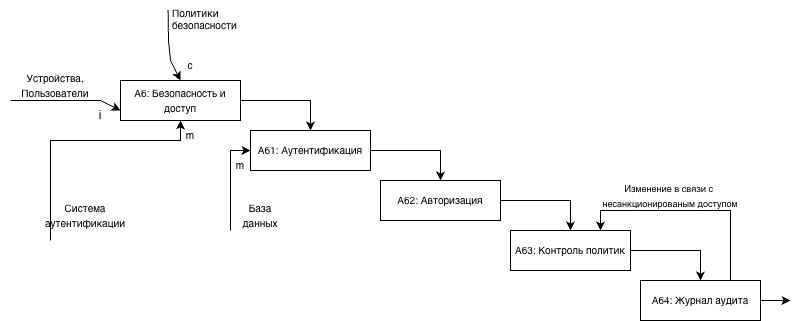
motshexe/3103-PGUTISHKI keeps this draw.io diagram as Диаграммы (3 Лабораторная работа)/Диаграмма первого уровня А6 (3 Лабораторная).png. Above is the earlier version. Source tidied: cells renumbered, new cells last; positions are measured from the earlier drawing's top-left corner, leaving out a move shared by most shapes. Its diagram source:
```xml
<mxGraphModel>
  <root>
    <mxCell id="0" />
    <mxCell id="1" parent="0" />
    <mxCell id="2" style="edgeStyle=orthogonalEdgeStyle;rounded=0;jettySize=auto;html=1;exitX=1;exitY=0.5;exitDx=0;exitDy=0;entryX=0.5;entryY=0;entryDx=0;entryDy=0;" parent="1" edge="1" source="3" target="11">
      <mxGeometry relative="1" as="geometry" />
    </mxCell>
    <mxCell id="3" value="&lt;font style=&quot;font-size: 10px;&quot;&gt;A6: Безопасность и доступ&lt;/font&gt;" style="rounded=0;whiteSpace=wrap;html=1;" parent="1" vertex="1">
      <mxGeometry x="120" y="80" width="120" height="40" as="geometry" />
    </mxCell>
    <mxCell id="4" value="&lt;font style=&quot;font-size: 10px;&quot;&gt;Устройства, Пользователи&lt;/font&gt;" style="text;html=1;whiteSpace=wrap;strokeColor=none;fillColor=none;align=center;verticalAlign=middle;rounded=0;" parent="1" vertex="1">
      <mxGeometry y="70" width="110" height="30" as="geometry" />
    </mxCell>
    <mxCell id="5" style="edgeStyle=none;jettySize=auto;html=1;rounded=0;entryX=0;entryY=0.75;entryDx=0;entryDy=0;" parent="1" edge="1" target="3">
      <mxGeometry relative="1" as="geometry">
        <mxPoint x="10" y="100" as="sourcePoint" />
        <Array as="points">
          <mxPoint x="50" y="100" />
          <mxPoint x="100" y="100" />
        </Array>
      </mxGeometry>
    </mxCell>
    <mxCell id="6" value="i" style="text;html=1;whiteSpace=wrap;strokeColor=none;fillColor=none;align=center;verticalAlign=middle;rounded=0;" parent="1" vertex="1">
      <mxGeometry x="70" y="100" width="60" height="30" as="geometry" />
    </mxCell>
    <mxCell id="7" value="Политики безопасности" style="text;whiteSpace=wrap;fontSize=10;" parent="1" vertex="1">
      <mxGeometry x="170" width="90" height="40" as="geometry" />
    </mxCell>
    <mxCell id="8" style="edgeStyle=none;jettySize=auto;html=1;rounded=0;entryX=0.5;entryY=0;entryDx=0;entryDy=0;exitX=-0.027;exitY=0.235;exitDx=0;exitDy=0;exitPerimeter=0;" parent="1" edge="1" source="7" target="3">
      <mxGeometry relative="1" as="geometry">
        <Array as="points">
          <mxPoint x="168" y="40" />
          <mxPoint x="170" y="60" />
        </Array>
      </mxGeometry>
    </mxCell>
    <mxCell id="9" value="&lt;font style=&quot;font-size: 10px;&quot;&gt;с&lt;/font&gt;" style="text;html=1;whiteSpace=wrap;strokeColor=none;fillColor=none;align=center;verticalAlign=middle;rounded=0;" parent="1" vertex="1">
      <mxGeometry x="160" y="50" width="60" height="30" as="geometry" />
    </mxCell>
    <mxCell id="10" style="edgeStyle=orthogonalEdgeStyle;rounded=0;jettySize=auto;html=1;exitX=1;exitY=0.5;exitDx=0;exitDy=0;entryX=0.5;entryY=0;entryDx=0;entryDy=0;" parent="1" edge="1" source="11" target="13">
      <mxGeometry relative="1" as="geometry" />
    </mxCell>
    <mxCell id="11" value="&lt;font style=&quot;font-size: 10px;&quot;&gt;A61: Аутентификация&lt;/font&gt;" style="rounded=0;whiteSpace=wrap;html=1;" parent="1" vertex="1">
      <mxGeometry x="250" y="130" width="120" height="40" as="geometry" />
    </mxCell>
    <mxCell id="12" style="edgeStyle=orthogonalEdgeStyle;rounded=0;jettySize=auto;html=1;exitX=1;exitY=0.5;exitDx=0;exitDy=0;entryX=0.5;entryY=0;entryDx=0;entryDy=0;" parent="1" edge="1" source="13" target="15">
      <mxGeometry relative="1" as="geometry" />
    </mxCell>
    <mxCell id="13" value="&lt;font style=&quot;font-size: 10px;&quot;&gt;A62: Авторизация&lt;/font&gt;" style="rounded=0;whiteSpace=wrap;html=1;" parent="1" vertex="1">
      <mxGeometry x="380" y="180" width="120" height="40" as="geometry" />
    </mxCell>
    <mxCell id="14" style="edgeStyle=orthogonalEdgeStyle;rounded=0;jettySize=auto;html=1;exitX=1;exitY=0.5;exitDx=0;exitDy=0;entryX=0.5;entryY=0;entryDx=0;entryDy=0;" parent="1" edge="1" source="15" target="18">
      <mxGeometry relative="1" as="geometry" />
    </mxCell>
    <mxCell id="15" value="&lt;font style=&quot;font-size: 10px;&quot;&gt;A63: Контроль политик&lt;/font&gt;&lt;span style=&quot;color: rgba(0, 0, 0, 0); font-family: monospace; font-size: 0px; text-align: start; text-wrap-mode: nowrap;&quot;&gt;%3CmxGraphModel%3E%3Croot%3E%3CmxCell%20id%3D%220%22%2F%3E%3CmxCell%20id%3D%221%22%20parent%3D%220%22%2F%3E%3CmxCell%20id%3D%222%22%20value%3D%22%26lt%3Bfont%20style%3D%26quot%3Bfont-size%3A%2010px%3B%26quot%3B%26gt%3BA12%3A%20%D0%92%D1%8B%D0%BF%D0%BE%D0%BB%D0%BD%D0%B5%D0%BD%D0%B8%D0%B5%20%D0%BA%D0%BE%D0%BC%D0%B0%D0%BD%D0%B4%26lt%3B%2Ffont%26gt%3B%22%20style%3D%22rounded%3D0%3BwhiteSpace%3Dwrap%3Bhtml%3D1%3B%22%20vertex%3D%221%22%20parent%3D%221%22%3E%3CmxGeometry%20x%3D%22380%22%20y%3D%22180%22%20width%3D%22120%22%20height%3D%2240%22%20as%3D%22geometry%22%2F%3E%3C%2FmxCell%3E%3C%2Froot%3E%3C%2FmxGraphModel%3E&lt;/span&gt;" style="rounded=0;whiteSpace=wrap;html=1;" parent="1" vertex="1">
      <mxGeometry x="510" y="230" width="120" height="40" as="geometry" />
    </mxCell>
    <mxCell id="16" style="edgeStyle=orthogonalEdgeStyle;rounded=0;jettySize=auto;html=1;exitX=1;exitY=0.5;exitDx=0;exitDy=0;" parent="1" edge="1" source="18">
      <mxGeometry relative="1" as="geometry">
        <mxPoint x="790" y="300.2" as="targetPoint" />
      </mxGeometry>
    </mxCell>
    <mxCell id="17" style="edgeStyle=orthogonalEdgeStyle;rounded=0;jettySize=auto;html=1;exitX=0.75;exitY=0;exitDx=0;exitDy=0;entryX=0.75;entryY=0;entryDx=0;entryDy=0;" parent="1" edge="1" source="18" target="15">
      <mxGeometry relative="1" as="geometry" />
    </mxCell>
    <mxCell id="18" value="&lt;font style=&quot;font-size: 10px;&quot;&gt;A64: Журнал аудита&lt;/font&gt;&lt;span style=&quot;color: rgba(0, 0, 0, 0); font-family: monospace; font-size: 0px; text-align: start; text-wrap-mode: nowrap;&quot;&gt;%3CmxGraphModel%3E%3Croot%3E%3CmxCell%20id%3D%220%22%2F%3E%3CmxCell%20id%3D%221%22%20parent%3D%220%22%2F%3E%3CmxCell%20id%3D%222%22%20value%3D%22%26lt%3Bfont%20style%3D%26quot%3Bfont-size%3A%2010px%3B%26quot%3B%26gt%3BA12%3A%20%D0%92%D1%8B%D0%BF%D0%BE%D0%BB%D0%BD%D0%B5%D0%BD%D0%B8%D0%B5%20%D0%BA%D0%BE%D0%BC%D0%B0%D0%BD%D0%B4%26lt%3B%2Ffont%26gt%3B%22%20style%3D%22rounded%3D0%3BwhiteSpace%3Dwrap%3Bhtml%3D1%3B%22%20vertex%3D%221%22%20parent%3D%221%22%3E%3CmxGeometry%20x%3D%22380%22%20y%3D%22180%22%20width%3D%22120%22%20height%3D%2240%22%20as%3D%22geometry%22%2F%3E%3C%2FmxCell%3E%3C%2Froot%3E%3C%2FmxGraphModel%3E&lt;/span&gt;" style="rounded=0;whiteSpace=wrap;html=1;" parent="1" vertex="1">
      <mxGeometry x="640" y="280" width="120" height="40" as="geometry" />
    </mxCell>
    <mxCell id="19" value="&lt;font style=&quot;font-size: 10px;&quot;&gt;Система аутентификации&lt;/font&gt;" style="text;html=1;whiteSpace=wrap;strokeColor=none;fillColor=none;align=center;verticalAlign=middle;rounded=0;" parent="1" vertex="1">
      <mxGeometry x="50" y="200" width="70" height="30" as="geometry" />
    </mxCell>
    <mxCell id="20" style="edgeStyle=none;jettySize=auto;html=1;rounded=0;entryX=0.5;entryY=1;entryDx=0;entryDy=0;" parent="1" edge="1" target="3">
      <mxGeometry relative="1" as="geometry">
        <mxPoint x="50" y="240" as="sourcePoint" />
        <Array as="points">
          <mxPoint x="50" y="240" />
          <mxPoint x="50" y="140" />
          <mxPoint x="180" y="140" />
        </Array>
      </mxGeometry>
    </mxCell>
    <mxCell id="21" value="&lt;span style=&quot;font-size: 10px;&quot;&gt;m&lt;/span&gt;" style="text;html=1;whiteSpace=wrap;strokeColor=none;fillColor=none;align=center;verticalAlign=middle;rounded=0;" parent="1" vertex="1">
      <mxGeometry x="160" y="120" width="60" height="30" as="geometry" />
    </mxCell>
    <mxCell id="22" value="&lt;font style=&quot;font-size: 10px;&quot;&gt;База данных&lt;/font&gt;" style="text;html=1;whiteSpace=wrap;strokeColor=none;fillColor=none;align=center;verticalAlign=middle;rounded=0;" parent="1" vertex="1">
      <mxGeometry x="230" y="200" width="60" height="30" as="geometry" />
    </mxCell>
    <mxCell id="23" style="edgeStyle=none;orthogonalLoop=1;jettySize=auto;html=1;rounded=0;entryX=0;entryY=0.5;entryDx=0;entryDy=0;" parent="1" edge="1">
      <mxGeometry relative="1" as="geometry">
        <mxPoint x="230" y="230" as="sourcePoint" />
        <mxPoint x="250" y="150" as="targetPoint" />
        <Array as="points">
          <mxPoint x="230" y="150" />
        </Array>
      </mxGeometry>
    </mxCell>
    <mxCell id="24" value="&lt;span style=&quot;font-size: 10px;&quot;&gt;m&lt;/span&gt;" style="text;html=1;whiteSpace=wrap;strokeColor=none;fillColor=none;align=center;verticalAlign=middle;rounded=0;" parent="1" vertex="1">
      <mxGeometry x="210" y="150" width="60" height="30" as="geometry" />
    </mxCell>
    <mxCell id="25" value="&lt;span style=&quot;font-size: 9px; text-wrap-mode: nowrap; background-color: rgb(255, 255, 255);&quot;&gt;Изменение в связи с&amp;nbsp;&lt;/span&gt;&lt;div&gt;&lt;span style=&quot;font-size: 9px; text-wrap-mode: nowrap; background-color: rgb(255, 255, 255);&quot;&gt;несанкционированым доступом&lt;/span&gt;&lt;/div&gt;" style="text;html=1;whiteSpace=wrap;strokeColor=none;fillColor=none;align=center;verticalAlign=middle;rounded=0;" parent="1" vertex="1">
      <mxGeometry x="640" y="180" width="60" height="30" as="geometry" />
    </mxCell>
  </root>
</mxGraphModel>
```
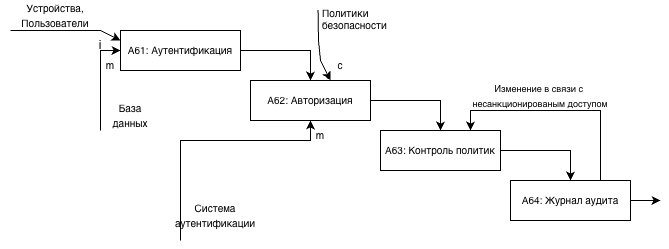
After the commit.

The edit, as a diff of the source:
```diff
@@ -2,40 +2,36 @@
   <root>
     <mxCell id="0" />
     <mxCell id="1" parent="0" />
-    <mxCell id="2" style="edgeStyle=orthogonalEdgeStyle;rounded=0;jettySize=auto;html=1;exitX=1;exitY=0.5;exitDx=0;exitDy=0;entryX=0.5;entryY=0;entryDx=0;entryDy=0;" parent="1" edge="1" source="3" target="11">
-      <mxGeometry relative="1" as="geometry" />
-    </mxCell>
-    <mxCell id="3" value="&lt;font style=&quot;font-size: 10px;&quot;&gt;A6: Безопасность и доступ&lt;/font&gt;" style="rounded=0;whiteSpace=wrap;html=1;" parent="1" vertex="1">
-      <mxGeometry x="120" y="80" width="120" height="40" as="geometry" />
-    </mxCell>
     <mxCell id="4" value="&lt;font style=&quot;font-size: 10px;&quot;&gt;Устройства, Пользователи&lt;/font&gt;" style="text;html=1;whiteSpace=wrap;strokeColor=none;fillColor=none;align=center;verticalAlign=middle;rounded=0;" parent="1" vertex="1">
-      <mxGeometry y="70" width="110" height="30" as="geometry" />
+      <mxGeometry x="130" y="100" width="110" height="30" as="geometry" />
     </mxCell>
-    <mxCell id="5" style="edgeStyle=none;jettySize=auto;html=1;rounded=0;entryX=0;entryY=0.75;entryDx=0;entryDy=0;" parent="1" edge="1" target="3">
+    <mxCell id="5" style="edgeStyle=none;orthogonalLoop=1;jettySize=auto;html=1;rounded=0;entryX=0;entryY=0.75;entryDx=0;entryDy=0;" parent="1" edge="1">
       <mxGeometry relative="1" as="geometry">
-        <mxPoint x="10" y="100" as="sourcePoint" />
+        <mxPoint x="140" y="130" as="sourcePoint" />
+        <mxPoint x="250" y="140" as="targetPoint" />
         <Array as="points">
-          <mxPoint x="50" y="100" />
-          <mxPoint x="100" y="100" />
+          <mxPoint x="180" y="130" />
+          <mxPoint x="230" y="130" />
         </Array>
       </mxGeometry>
     </mxCell>
     <mxCell id="6" value="i" style="text;html=1;whiteSpace=wrap;strokeColor=none;fillColor=none;align=center;verticalAlign=middle;rounded=0;" parent="1" vertex="1">
-      <mxGeometry x="70" y="100" width="60" height="30" as="geometry" />
+      <mxGeometry x="200" y="130" width="60" height="30" as="geometry" />
     </mxCell>
     <mxCell id="7" value="Политики безопасности" style="text;whiteSpace=wrap;fontSize=10;" parent="1" vertex="1">
-      <mxGeometry x="170" width="90" height="40" as="geometry" />
+      <mxGeometry x="450" y="100" width="90" height="40" as="geometry" />
     </mxCell>
-    <mxCell id="8" style="edgeStyle=none;jettySize=auto;html=1;rounded=0;entryX=0.5;entryY=0;entryDx=0;entryDy=0;exitX=-0.027;exitY=0.235;exitDx=0;exitDy=0;exitPerimeter=0;" parent="1" edge="1" source="7" target="3">
+    <mxCell id="8" style="edgeStyle=none;jettySize=auto;html=1;rounded=0;entryX=0.5;entryY=0;entryDx=0;entryDy=0;exitX=-0.027;exitY=0.235;exitDx=0;exitDy=0;exitPerimeter=0;" parent="1" edge="1" source="7">
       <mxGeometry relative="1" as="geometry">
+        <mxPoint x="460" y="180" as="targetPoint" />
         <Array as="points">
-          <mxPoint x="168" y="40" />
-          <mxPoint x="170" y="60" />
+          <mxPoint x="448" y="140" />
+          <mxPoint x="450" y="160" />
         </Array>
       </mxGeometry>
     </mxCell>
     <mxCell id="9" value="&lt;font style=&quot;font-size: 10px;&quot;&gt;с&lt;/font&gt;" style="text;html=1;whiteSpace=wrap;strokeColor=none;fillColor=none;align=center;verticalAlign=middle;rounded=0;" parent="1" vertex="1">
-      <mxGeometry x="160" y="50" width="60" height="30" as="geometry" />
+      <mxGeometry x="440" y="150" width="60" height="30" as="geometry" />
     </mxCell>
     <mxCell id="10" style="edgeStyle=orthogonalEdgeStyle;rounded=0;jettySize=auto;html=1;exitX=1;exitY=0.5;exitDx=0;exitDy=0;entryX=0.5;entryY=0;entryDx=0;entryDy=0;" parent="1" edge="1" source="11" target="13">
       <mxGeometry relative="1" as="geometry" />
@@ -67,20 +63,21 @@
       <mxGeometry x="640" y="280" width="120" height="40" as="geometry" />
     </mxCell>
     <mxCell id="19" value="&lt;font style=&quot;font-size: 10px;&quot;&gt;Система аутентификации&lt;/font&gt;" style="text;html=1;whiteSpace=wrap;strokeColor=none;fillColor=none;align=center;verticalAlign=middle;rounded=0;" parent="1" vertex="1">
-      <mxGeometry x="50" y="200" width="70" height="30" as="geometry" />
+      <mxGeometry x="310" y="300" width="70" height="30" as="geometry" />
     </mxCell>
-    <mxCell id="20" style="edgeStyle=none;jettySize=auto;html=1;rounded=0;entryX=0.5;entryY=1;entryDx=0;entryDy=0;" parent="1" edge="1" target="3">
+    <mxCell id="20" style="edgeStyle=none;orthogonalLoop=1;jettySize=auto;html=1;rounded=0;entryX=0.5;entryY=1;entryDx=0;entryDy=0;" parent="1" edge="1">
       <mxGeometry relative="1" as="geometry">
-        <mxPoint x="50" y="240" as="sourcePoint" />
+        <mxPoint x="310" y="340" as="sourcePoint" />
+        <mxPoint x="440" y="220" as="targetPoint" />
         <Array as="points">
-          <mxPoint x="50" y="240" />
-          <mxPoint x="50" y="140" />
-          <mxPoint x="180" y="140" />
+          <mxPoint x="310" y="340" />
+          <mxPoint x="310" y="240" />
+          <mxPoint x="440" y="240" />
         </Array>
       </mxGeometry>
     </mxCell>
     <mxCell id="21" value="&lt;span style=&quot;font-size: 10px;&quot;&gt;m&lt;/span&gt;" style="text;html=1;whiteSpace=wrap;strokeColor=none;fillColor=none;align=center;verticalAlign=middle;rounded=0;" parent="1" vertex="1">
-      <mxGeometry x="160" y="120" width="60" height="30" as="geometry" />
+      <mxGeometry x="420" y="220" width="60" height="30" as="geometry" />
     </mxCell>
     <mxCell id="22" value="&lt;font style=&quot;font-size: 10px;&quot;&gt;База данных&lt;/font&gt;" style="text;html=1;whiteSpace=wrap;strokeColor=none;fillColor=none;align=center;verticalAlign=middle;rounded=0;" parent="1" vertex="1">
       <mxGeometry x="230" y="200" width="60" height="30" as="geometry" />
```
